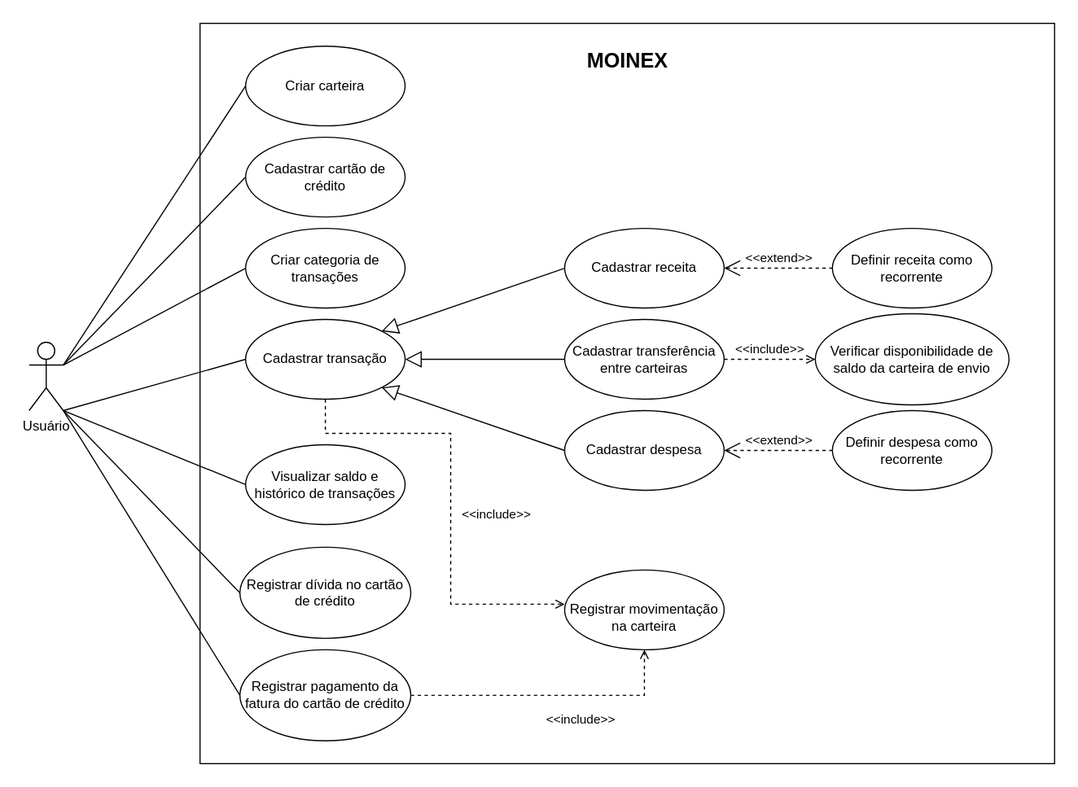
Earlier version of the draw.io export docs/diagram/use_case_diagram.svg (luk3rr/MY_MONEY). Source tidied: cells renumbered, new cells last; positions are measured from the earlier drawing's top-left corner, leaving out a move shared by most shapes.
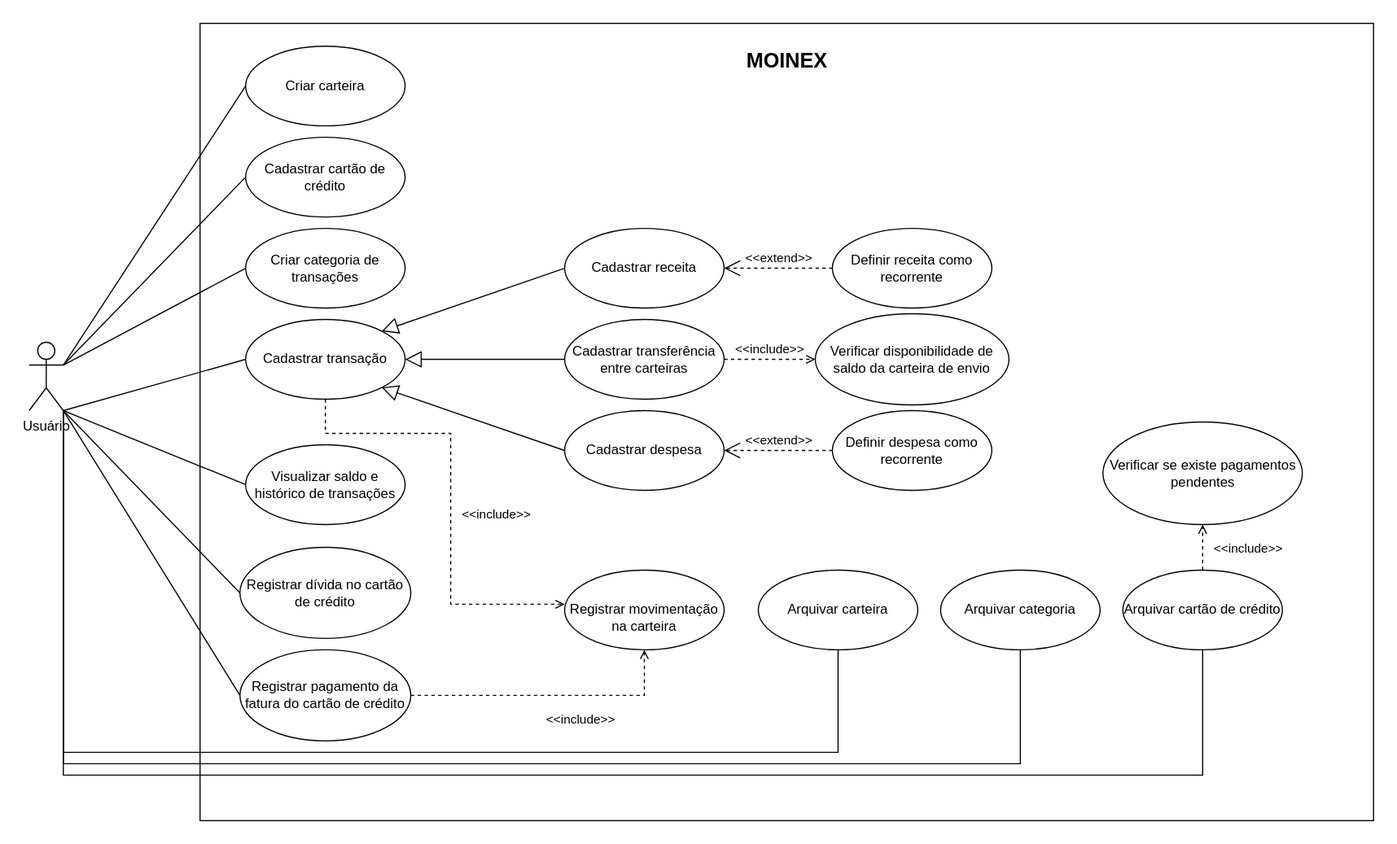
After the change.

What changed in the source:
```diff
@@ -3,13 +3,13 @@
     <mxCell id="0" />
     <mxCell id="1" parent="0" />
     <mxCell id="2" style="rounded=0;whiteSpace=wrap;html=1;" parent="1" vertex="1">
-      <mxGeometry x="150" width="750" height="650" as="geometry" />
+      <mxGeometry x="150" width="1030" height="700" as="geometry" />
     </mxCell>
     <mxCell id="3" value="Usuário" style="shape=umlActor;verticalLabelPosition=bottom;verticalAlign=top;html=1;" parent="1" vertex="1">
       <mxGeometry y="280" width="30" height="60" as="geometry" />
     </mxCell>
     <mxCell id="4" value="MOINEX" style="text;align=center;fontStyle=1;verticalAlign=middle;spacingLeft=3;spacingRight=3;strokeColor=none;html=1;fontSize=18;" parent="1" vertex="1">
-      <mxGeometry x="485" y="20" width="80" height="26" as="geometry" />
+      <mxGeometry x="625" y="20" width="80" height="26" as="geometry" />
     </mxCell>
     <mxCell id="5" value="Cadastrar transação" style="ellipse;whiteSpace=wrap;html=1;" parent="1" vertex="1">
       <mxGeometry x="190" y="260" width="140" height="70" as="geometry" />
@@ -109,5 +109,46 @@
     <mxCell id="33" value="&amp;lt;&amp;lt;extend&amp;gt;&amp;gt;" style="edgeStyle=none;html=1;startArrow=open;endArrow=none;startSize=12;verticalAlign=bottom;dashed=1;labelBackgroundColor=none;rounded=0;entryX=0;entryY=0.5;entryDx=0;entryDy=0;exitX=1;exitY=0.5;exitDx=0;exitDy=0;" parent="1" edge="1" source="6" target="31">
       <mxGeometry relative="1" as="geometry" />
     </mxCell>
+    <mxCell id="34" value="Arquivar carteira" style="ellipse;whiteSpace=wrap;html=1;" parent="1" vertex="1">
+      <mxGeometry x="640" y="480" width="140" height="70" as="geometry" />
+    </mxCell>
+    <mxCell id="35" value="Arquivar categoria" style="ellipse;whiteSpace=wrap;html=1;" parent="1" vertex="1">
+      <mxGeometry x="800" y="480" width="140" height="70" as="geometry" />
+    </mxCell>
+    <mxCell id="36" value="Arquivar cartão de crédito" style="ellipse;whiteSpace=wrap;html=1;" parent="1" vertex="1">
+      <mxGeometry x="960" y="480" width="140" height="70" as="geometry" />
+    </mxCell>
+    <mxCell id="37" value="&lt;div&gt;Verificar se existe pagamentos pendentes&lt;br&gt;&lt;/div&gt;" style="ellipse;whiteSpace=wrap;html=1;" parent="1" vertex="1">
+      <mxGeometry x="942.5" y="350" width="175" height="90" as="geometry" />
+    </mxCell>
+    <mxCell id="38" style="edgeStyle=orthogonalEdgeStyle;html=1;endArrow=none;verticalAlign=bottom;rounded=0;entryX=0.5;entryY=1;entryDx=0;entryDy=0;exitX=1;exitY=1;exitDx=0;exitDy=0;exitPerimeter=0;" parent="1" edge="1" source="3" target="34">
+      <mxGeometry relative="1" as="geometry">
+        <Array as="points">
+          <mxPoint x="30" y="640" />
+          <mxPoint x="710" y="640" />
+        </Array>
+      </mxGeometry>
+    </mxCell>
+    <mxCell id="39" style="edgeStyle=orthogonalEdgeStyle;html=1;endArrow=none;verticalAlign=bottom;rounded=0;entryX=0.5;entryY=1;entryDx=0;entryDy=0;" parent="1" edge="1" target="35">
+      <mxGeometry relative="1" as="geometry">
+        <mxPoint x="30" y="340" as="sourcePoint" />
+        <Array as="points">
+          <mxPoint x="30" y="650" />
+          <mxPoint x="870" y="650" />
+        </Array>
+      </mxGeometry>
+    </mxCell>
+    <mxCell id="40" style="edgeStyle=orthogonalEdgeStyle;html=1;endArrow=none;verticalAlign=bottom;rounded=0;entryX=0.5;entryY=1;entryDx=0;entryDy=0;" parent="1" edge="1" target="36">
+      <mxGeometry relative="1" as="geometry">
+        <mxPoint x="30" y="340" as="sourcePoint" />
+        <Array as="points">
+          <mxPoint x="30" y="660" />
+          <mxPoint x="1030" y="660" />
+        </Array>
+      </mxGeometry>
+    </mxCell>
+    <mxCell id="41" value="&amp;lt;&amp;lt;include&amp;gt;&amp;gt;" style="edgeStyle=none;html=1;endArrow=open;verticalAlign=bottom;dashed=1;labelBackgroundColor=none;rounded=0;exitX=0.5;exitY=0;exitDx=0;exitDy=0;entryX=0.5;entryY=1;entryDx=0;entryDy=0;" parent="1" edge="1" source="36" target="37">
+      <mxGeometry x="-0.5" y="-40" relative="1" as="geometry" />
+    </mxCell>
   </root>
 </mxGraphModel>
```
